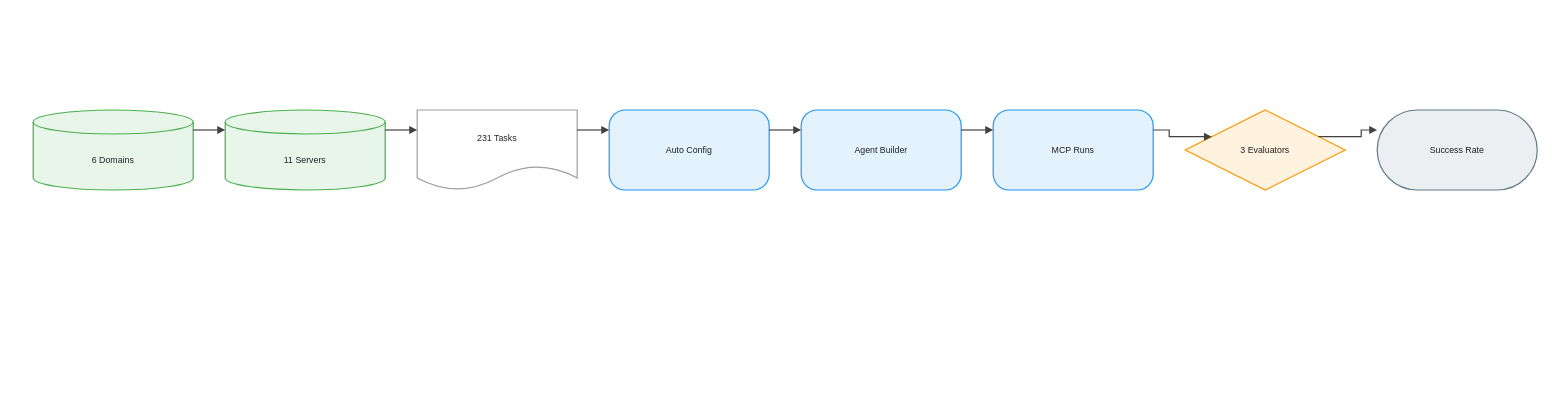
Above: client/public/drawio/MCP-Universe/MCP-Universe.en.drawio in joe1chief/benchmark-hub (draw.io), before the change. Source tidied: cells renumbered, new cells numbered last; positions are measured from the earlier drawing's top-left corner, leaving out a move shared by most shapes. Both pictures are drawn from the tidied source at 80%, with x=0, y=0 at pixel (33, 110).
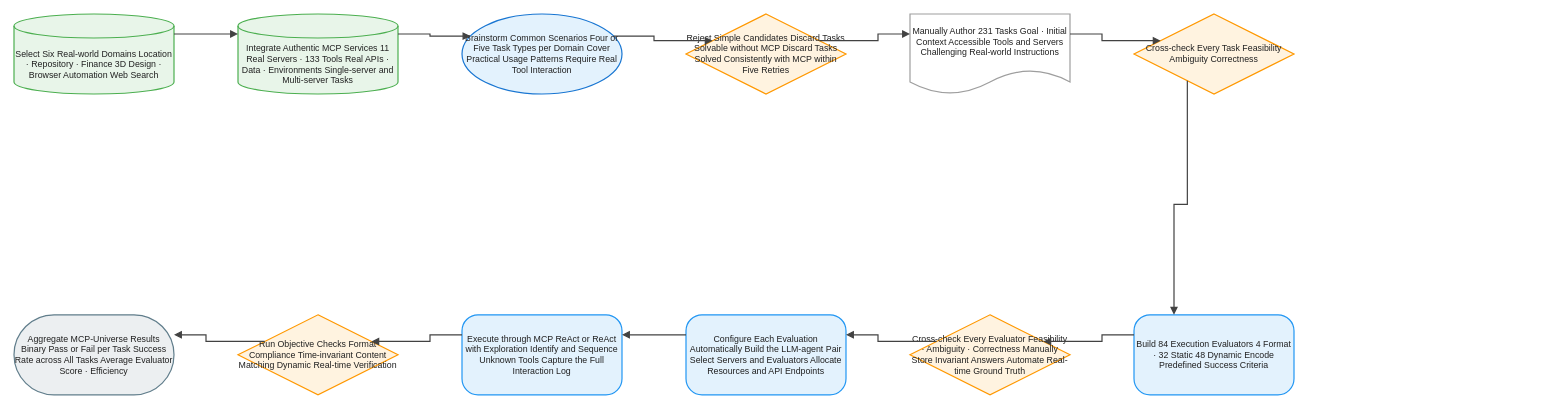
Above is the later version.

The edit, as a diff of the source:
```diff
@@
-    <mxCell id="2" value="6 Domains" style="shape=cylinder3;boundedLbl=1;backgroundOutline=1;size=15;html=1;whiteSpace=wrap;fillColor=#E8F5E9;strokeColor=#4CAF50;strokeWidth=1.5;fontColor=#212121;fontSize=11;fontFamily=Arial, Helvetica, sans-serif;verticalAlign=middle;align=center;" parent="1" vertex="1">
-      <mxGeometry width="200" height="100" as="geometry" />
+    <mxCell id="2" value="Select Six Real-world Domains Location · Repository · Finance 3D Design · Browser Automation Web Search" style="shape=cylinder3;boundedLbl=1;backgroundOutline=1;size=15;html=1;whiteSpace=wrap;fillColor=#E8F5E9;strokeColor=#4CAF50;strokeWidth=1.5;fontColor=#212121;fontSize=11;fontFamily=Arial, Helvetica, sans-serif;verticalAlign=middle;align=center;" parent="1" vertex="1">
+      <mxGeometry x="-24" y="-120" width="200" height="100" as="geometry" />
     </mxCell>
-    <mxCell id="3" value="11 Servers" style="shape=cylinder3;boundedLbl=1;backgroundOutline=1;size=15;html=1;whiteSpace=wrap;fillColor=#E8F5E9;strokeColor=#4CAF50;strokeWidth=1.5;fontColor=#212121;fontSize=11;fontFamily=Arial, Helvetica, sans-serif;verticalAlign=middle;align=center;" parent="1" vertex="1">
-      <mxGeometry x="240" width="200" height="100" as="geometry" />
+    <mxCell id="3" value="Integrate Authentic MCP Services 11 Real Servers · 133 Tools Real APIs · Data · Environments Single-server and Multi-server Tasks" style="shape=cylinder3;boundedLbl=1;backgroundOutline=1;size=15;html=1;whiteSpace=wrap;fillColor=#E8F5E9;strokeColor=#4CAF50;strokeWidth=1.5;fontColor=#212121;fontSize=11;fontFamily=Arial, Helvetica, sans-serif;verticalAlign=middle;align=center;" parent="1" vertex="1">
+      <mxGeometry x="256" y="-120" width="200" height="100" as="geometry" />
     </mxCell>
-    <mxCell id="4" value="231 Tasks" style="shape=document;boundedLbl=1;html=1;whiteSpace=wrap;fillColor=#FFFFFF;strokeColor=#9E9E9E;strokeWidth=1.5;fontColor=#212121;fontSize=11;fontFamily=Arial, Helvetica, sans-serif;verticalAlign=middle;align=center;" parent="1" vertex="1">
-      <mxGeometry x="480" width="200" height="100" as="geometry" />
+    <mxCell id="4" value="Brainstorm Common Scenarios Four or Five Task Types per Domain Cover Practical Usage Patterns Require Real Tool Interaction" style="ellipse;html=1;whiteSpace=wrap;fillColor=#E3F2FD;strokeColor=#1976D2;strokeWidth=1.5;fontColor=#212121;fontSize=11;fontFamily=Arial, Helvetica, sans-serif;verticalAlign=middle;align=center;" parent="1" vertex="1">
+      <mxGeometry x="536" y="-120" width="200" height="100" as="geometry" />
     </mxCell>
-    <mxCell id="5" value="Auto Config" style="rounded=1;arcSize=20;html=1;whiteSpace=wrap;fillColor=#E3F2FD;strokeColor=#2196F3;strokeWidth=1.5;fontColor=#212121;fontSize=11;fontFamily=Arial, Helvetica, sans-serif;verticalAlign=middle;align=center;" parent="1" vertex="1">
-      <mxGeometry x="720" width="200" height="100" as="geometry" />
+    <mxCell id="5" value="Reject Simple Candidates Discard Tasks Solvable without MCP Discard Tasks Solved Consistently with MCP within Five Retries" style="rhombus;html=1;whiteSpace=wrap;fillColor=#FFF3E0;strokeColor=#FF9800;strokeWidth=1.5;fontColor=#212121;fontSize=11;fontFamily=Arial, Helvetica, sans-serif;verticalAlign=middle;align=center;" parent="1" vertex="1">
+      <mxGeometry x="816" y="-120" width="200" height="100" as="geometry" />
     </mxCell>
-    <mxCell id="6" value="Agent Builder" style="rounded=1;arcSize=20;html=1;whiteSpace=wrap;fillColor=#E3F2FD;strokeColor=#2196F3;strokeWidth=1.5;fontColor=#212121;fontSize=11;fontFamily=Arial, Helvetica, sans-serif;verticalAlign=middle;align=center;" parent="1" vertex="1">
-      <mxGeometry x="960" width="200" height="100" as="geometry" />
+    <mxCell id="6" value="Manually Author 231 Tasks Goal · Initial Context Accessible Tools and Servers Challenging Real-world Instructions" style="shape=document;boundedLbl=1;html=1;whiteSpace=wrap;fillColor=#FFFFFF;strokeColor=#9E9E9E;strokeWidth=1.5;fontColor=#212121;fontSize=11;fontFamily=Arial, Helvetica, sans-serif;verticalAlign=middle;align=center;" parent="1" vertex="1">
+      <mxGeometry x="1096" y="-120" width="200" height="100" as="geometry" />
     </mxCell>
-    <mxCell id="7" value="MCP Runs" style="rounded=1;arcSize=20;html=1;whiteSpace=wrap;fillColor=#E3F2FD;strokeColor=#2196F3;strokeWidth=1.5;fontColor=#212121;fontSize=11;fontFamily=Arial, Helvetica, sans-serif;verticalAlign=middle;align=center;" parent="1" vertex="1">
-      <mxGeometry x="1200" width="200" height="100" as="geometry" />
+    <mxCell id="7" value="Cross-check Every Task Feasibility Ambiguity Correctness" style="rhombus;html=1;whiteSpace=wrap;fillColor=#FFF3E0;strokeColor=#FF9800;strokeWidth=1.5;fontColor=#212121;fontSize=11;fontFamily=Arial, Helvetica, sans-serif;verticalAlign=middle;align=center;" parent="1" vertex="1">
+      <mxGeometry x="1376" y="-120" width="200" height="100" as="geometry" />
     </mxCell>
-    <mxCell id="8" value="3 Evaluators" style="rhombus;html=1;whiteSpace=wrap;fillColor=#FFF3E0;strokeColor=#FF9800;strokeWidth=1.5;fontColor=#212121;fontSize=11;fontFamily=Arial, Helvetica, sans-serif;verticalAlign=middle;align=center;" parent="1" vertex="1">
-      <mxGeometry x="1440" width="200" height="100" as="geometry" />
+    <mxCell id="8" value="Build 84 Execution Evaluators 4 Format · 32 Static 48 Dynamic Encode Predefined Success Criteria" style="rounded=1;arcSize=20;html=1;whiteSpace=wrap;fillColor=#E3F2FD;strokeColor=#2196F3;strokeWidth=1.5;fontColor=#212121;fontSize=11;fontFamily=Arial, Helvetica, sans-serif;verticalAlign=middle;align=center;" parent="1" vertex="1">
+      <mxGeometry x="1376" y="256" width="200" height="100" as="geometry" />
     </mxCell>
-    <mxCell id="9" value="Success Rate" style="rounded=1;arcSize=50;html=1;whiteSpace=wrap;fillColor=#ECEFF1;strokeColor=#607D8B;strokeWidth=1.5;fontColor=#212121;fontSize=11;fontFamily=Arial, Helvetica, sans-serif;verticalAlign=middle;align=center;" parent="1" vertex="1">
-      <mxGeometry x="1680" width="200" height="100" as="geometry" />
+    <mxCell id="9" value="Cross-check Every Evaluator Feasibility · Ambiguity · Correctness Manually Store Invariant Answers Automate Real-time Ground Truth" style="rhombus;html=1;whiteSpace=wrap;fillColor=#FFF3E0;strokeColor=#FF9800;strokeWidth=1.5;fontColor=#212121;fontSize=11;fontFamily=Arial, Helvetica, sans-serif;verticalAlign=middle;align=center;" parent="1" vertex="1">
+      <mxGeometry x="1096" y="256" width="200" height="100" as="geometry" />
     </mxCell>
-    <mxCell id="10" style="edgeStyle=orthogonalEdgeStyle;rounded=0;jettySize=auto;html=1;strokeColor=#424242;strokeWidth=1.5;endArrow=block;endFill=1;exitX=1;exitY=0.25;exitDx=0;exitDy=0;entryX=0;entryY=0.25;entryDx=0;entryDy=0;jumpStyle=arc;jumpSize=8;" parent="1" edge="1" source="2" target="3">
-      <mxGeometry relative="1" as="geometry" />
+    <mxCell id="10" value="Configure Each Evaluation Automatically Build the LLM-agent Pair Select Servers and Evaluators Allocate Resources and API Endpoints" style="rounded=1;arcSize=20;html=1;whiteSpace=wrap;fillColor=#E3F2FD;strokeColor=#2196F3;strokeWidth=1.5;fontColor=#212121;fontSize=11;fontFamily=Arial, Helvetica, sans-serif;verticalAlign=middle;align=center;" parent="1" vertex="1">
+      <mxGeometry x="816" y="256" width="200" height="100" as="geometry" />
     </mxCell>
-    <mxCell id="11" style="edgeStyle=orthogonalEdgeStyle;rounded=0;jettySize=auto;html=1;strokeColor=#424242;strokeWidth=1.5;endArrow=block;endFill=1;exitX=1;exitY=0.25;exitDx=0;exitDy=0;entryX=0;entryY=0.25;entryDx=0;entryDy=0;jumpStyle=arc;jumpSize=8;" parent="1" edge="1" source="3" target="4">
-      <mxGeometry relative="1" as="geometry" />
+    <mxCell id="11" value="Execute through MCP ReAct or ReAct with Exploration Identify and Sequence Unknown Tools Capture the Full Interaction Log" style="rounded=1;arcSize=20;html=1;whiteSpace=wrap;fillColor=#E3F2FD;strokeColor=#2196F3;strokeWidth=1.5;fontColor=#212121;fontSize=11;fontFamily=Arial, Helvetica, sans-serif;verticalAlign=middle;align=center;" parent="1" vertex="1">
+      <mxGeometry x="536" y="256" width="200" height="100" as="geometry" />
     </mxCell>
-    <mxCell id="12" style="edgeStyle=orthogonalEdgeStyle;rounded=0;jettySize=auto;html=1;strokeColor=#424242;strokeWidth=1.5;endArrow=block;endFill=1;exitX=1;exitY=0.25;exitDx=0;exitDy=0;entryX=0;entryY=0.25;entryDx=0;entryDy=0;jumpStyle=arc;jumpSize=8;" parent="1" edge="1" source="4" target="5">
-      <mxGeometry relative="1" as="geometry" />
+    <mxCell id="12" value="Run Objective Checks Format Compliance Time-invariant Content Matching Dynamic Real-time Verification" style="rhombus;html=1;whiteSpace=wrap;fillColor=#FFF3E0;strokeColor=#FF9800;strokeWidth=1.5;fontColor=#212121;fontSize=11;fontFamily=Arial, Helvetica, sans-serif;verticalAlign=middle;align=center;" parent="1" vertex="1">
+      <mxGeometry x="256" y="256" width="200" height="100" as="geometry" />
     </mxCell>
-    <mxCell id="13" style="edgeStyle=orthogonalEdgeStyle;rounded=0;jettySize=auto;html=1;strokeColor=#424242;strokeWidth=1.5;endArrow=block;endFill=1;exitX=1;exitY=0.25;exitDx=0;exitDy=0;entryX=0;entryY=0.25;entryDx=0;entryDy=0;jumpStyle=arc;jumpSize=8;" parent="1" edge="1" source="5" target="6">
-      <mxGeometry relative="1" as="geometry" />
+    <mxCell id="13" value="Aggregate MCP-Universe Results Binary Pass or Fail per Task Success Rate across All Tasks Average Evaluator Score · Efficiency" style="rounded=1;arcSize=50;html=1;whiteSpace=wrap;fillColor=#ECEFF1;strokeColor=#607D8B;strokeWidth=1.5;fontColor=#212121;fontSize=11;fontFamily=Arial, Helvetica, sans-serif;verticalAlign=middle;align=center;" parent="1" vertex="1">
+      <mxGeometry x="-24" y="256" width="200" height="100" as="geometry" />
     </mxCell>
-    <mxCell id="14" style="edgeStyle=orthogonalEdgeStyle;rounded=0;jettySize=auto;html=1;strokeColor=#424242;strokeWidth=1.5;endArrow=block;endFill=1;exitX=1;exitY=0.25;exitDx=0;exitDy=0;entryX=0;entryY=0.25;entryDx=0;entryDy=0;jumpStyle=arc;jumpSize=8;" parent="1" edge="1" source="6" target="7">
+    <mxCell id="14" style="edgeStyle=orthogonalEdgeStyle;rounded=0;jettySize=auto;html=1;strokeColor=#424242;strokeWidth=1.5;endArrow=block;endFill=1;exitX=1;exitY=0.25;exitDx=0;exitDy=0;entryX=0;entryY=0.25;entryDx=0;entryDy=0;jumpStyle=arc;jumpSize=8;" parent="1" edge="1" source="2" target="3">
       <mxGeometry relative="1" as="geometry" />
     </mxCell>
-    <mxCell id="15" style="edgeStyle=orthogonalEdgeStyle;rounded=0;jettySize=auto;html=1;strokeColor=#424242;strokeWidth=1.5;endArrow=block;endFill=1;exitX=1;exitY=0.25;exitDx=0;exitDy=0;entryX=0;entryY=0.25;entryDx=0;entryDy=0;jumpStyle=arc;jumpSize=8;" parent="1" edge="1" source="7" target="8">
+    <mxCell id="15" style="edgeStyle=orthogonalEdgeStyle;rounded=0;jettySize=auto;html=1;strokeColor=#424242;strokeWidth=1.5;endArrow=block;endFill=1;exitX=1;exitY=0.25;exitDx=0;exitDy=0;entryX=0;entryY=0.25;entryDx=0;entryDy=0;jumpStyle=arc;jumpSize=8;" parent="1" edge="1" source="3" target="4">
       <mxGeometry relative="1" as="geometry" />
     </mxCell>
-    <mxCell id="16" style="edgeStyle=orthogonalEdgeStyle;rounded=0;jettySize=auto;html=1;strokeColor=#424242;strokeWidth=1.5;endArrow=block;endFill=1;exitX=1;exitY=0.25;exitDx=0;exitDy=0;entryX=0;entryY=0.25;entryDx=0;entryDy=0;jumpStyle=arc;jumpSize=8;" parent="1" edge="1" source="8" target="9">
+    <mxCell id="16" style="edgeStyle=orthogonalEdgeStyle;rounded=0;jettySize=auto;html=1;strokeColor=#424242;strokeWidth=1.5;endArrow=block;endFill=1;exitX=1;exitY=0.25;exitDx=0;exitDy=0;entryX=0;entryY=0.25;entryDx=0;entryDy=0;jumpStyle=arc;jumpSize=8;" parent="1" edge="1" source="4" target="5">
       <mxGeometry relative="1" as="geometry" />
     </mxCell>
+    <mxCell id="17" style="edgeStyle=orthogonalEdgeStyle;rounded=0;jettySize=auto;html=1;strokeColor=#424242;strokeWidth=1.5;endArrow=block;endFill=1;exitX=1;exitY=0.25;exitDx=0;exitDy=0;entryX=0;entryY=0.25;entryDx=0;entryDy=0;jumpStyle=arc;jumpSize=8;" parent="1" edge="1" source="5" target="6">
+      <mxGeometry relative="1" as="geometry" />
+    </mxCell>
+    <mxCell id="18" style="edgeStyle=orthogonalEdgeStyle;rounded=0;jettySize=auto;html=1;strokeColor=#424242;strokeWidth=1.5;endArrow=block;endFill=1;exitX=1;exitY=0.25;exitDx=0;exitDy=0;entryX=0;entryY=0.25;entryDx=0;entryDy=0;jumpStyle=arc;jumpSize=8;" parent="1" edge="1" source="6" target="7">
+      <mxGeometry relative="1" as="geometry" />
+    </mxCell>
+    <mxCell id="19" style="edgeStyle=orthogonalEdgeStyle;rounded=0;jettySize=auto;html=1;strokeColor=#424242;strokeWidth=1.5;endArrow=block;endFill=1;exitX=0.25;exitY=1;exitDx=0;exitDy=0;entryX=0.25;entryY=0;entryDx=0;entryDy=0;jumpStyle=arc;jumpSize=8;" parent="1" edge="1" source="7" target="8">
+      <mxGeometry relative="1" as="geometry" />
+    </mxCell>
+    <mxCell id="20" style="edgeStyle=orthogonalEdgeStyle;rounded=0;jettySize=auto;html=1;strokeColor=#424242;strokeWidth=1.5;endArrow=block;endFill=1;exitX=0;exitY=0.25;exitDx=0;exitDy=0;entryX=1;entryY=0.25;entryDx=0;entryDy=0;jumpStyle=arc;jumpSize=8;" parent="1" edge="1" source="8" target="9">
+      <mxGeometry relative="1" as="geometry" />
+    </mxCell>
+    <mxCell id="21" style="edgeStyle=orthogonalEdgeStyle;rounded=0;jettySize=auto;html=1;strokeColor=#424242;strokeWidth=1.5;endArrow=block;endFill=1;exitX=0;exitY=0.25;exitDx=0;exitDy=0;entryX=1;entryY=0.25;entryDx=0;entryDy=0;jumpStyle=arc;jumpSize=8;" parent="1" edge="1" source="9" target="10">
+      <mxGeometry relative="1" as="geometry" />
+    </mxCell>
+    <mxCell id="22" style="edgeStyle=orthogonalEdgeStyle;rounded=0;jettySize=auto;html=1;strokeColor=#424242;strokeWidth=1.5;endArrow=block;endFill=1;exitX=0;exitY=0.25;exitDx=0;exitDy=0;entryX=1;entryY=0.25;entryDx=0;entryDy=0;jumpStyle=arc;jumpSize=8;" parent="1" edge="1" source="10" target="11">
+      <mxGeometry relative="1" as="geometry" />
+    </mxCell>
+    <mxCell id="23" style="edgeStyle=orthogonalEdgeStyle;rounded=0;jettySize=auto;html=1;strokeColor=#424242;strokeWidth=1.5;endArrow=block;endFill=1;exitX=0;exitY=0.25;exitDx=0;exitDy=0;entryX=1;entryY=0.25;entryDx=0;entryDy=0;jumpStyle=arc;jumpSize=8;" parent="1" edge="1" source="11" target="12">
+      <mxGeometry relative="1" as="geometry" />
+    </mxCell>
+    <mxCell id="24" style="edgeStyle=orthogonalEdgeStyle;rounded=0;jettySize=auto;html=1;strokeColor=#424242;strokeWidth=1.5;endArrow=block;endFill=1;exitX=0;exitY=0.25;exitDx=0;exitDy=0;entryX=1;entryY=0.25;entryDx=0;entryDy=0;jumpStyle=arc;jumpSize=8;" parent="1" edge="1" source="12" target="13">
+      <mxGeometry relative="1" as="geometry" />
+    </mxCell>
```
